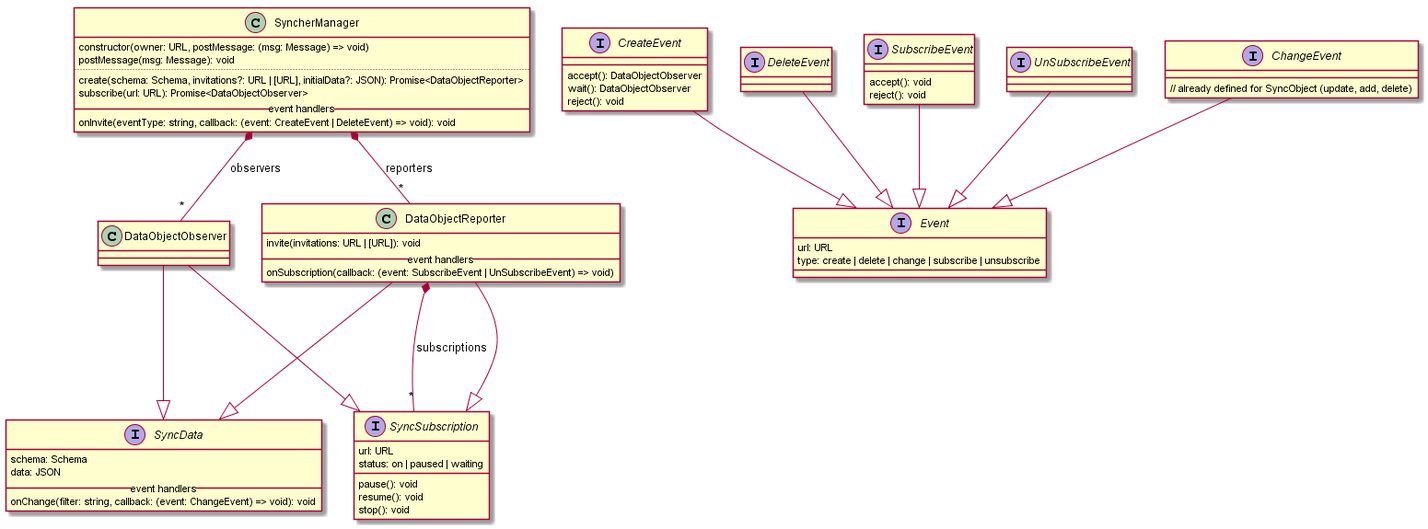
Earlier version of the PlantUML export docs/specs/service-framework/SyncherManager.png (reTHINK-project/core-framework). Its diagram source:
```plantuml
@startuml

interface SyncSubscription {
  url: URL
  status: on | paused | waiting
  pause(): void
  resume(): void
  stop(): void
}

interface SyncData {
  schema: Schema
  data: JSON
  __ event handlers __
  onChange(filter: string, callback: (event: ChangeEvent) => void): void
}

class SyncherManager {
  constructor(owner: URL, postMessage: (msg: Message) => void)
  postMessage(msg: Message): void
  ..
  create(schema: Schema, invitations?: URL | [URL], initialData?: JSON): Promise<DataObjectReporter>
  subscribe(url: URL): Promise<DataObjectObserver>
  __ event handlers __
  onInvite(eventType: string, callback: (event: CreateEvent | DeleteEvent) => void): void
}

class DataObjectReporter {
  invite(invitations: URL | [URL]): void
  __ event handlers __
  onSubscription(callback: (event: SubscribeEvent | UnSubscribeEvent) => void)
}

class DataObjectObserver {
}

interface Event {
  url: URL
  type: create | delete | change | subscribe | unsubscribe
}

interface CreateEvent {
  accept(): DataObjectObserver
  wait(): DataObjectObserver
  reject(): void
}

interface DeleteEvent {
}

interface SubscribeEvent {
  accept(): void
  reject(): void
}

interface UnSubscribeEvent {
}

interface ChangeEvent {
  // already defined for SyncObject (update, add, delete)
}

CreateEvent --|> Event
DeleteEvent --|> Event
ChangeEvent --|> Event
SubscribeEvent --|> Event
UnSubscribeEvent --|> Event

DataObjectObserver ---|> SyncData
DataObjectObserver ---|> SyncSubscription

DataObjectReporter ---|> SyncData
DataObjectReporter ---|> SyncSubscription
DataObjectReporter *--"*" SyncSubscription:subscriptions

SyncherManager *--"*" DataObjectReporter:reporters
SyncherManager *--"*" DataObjectObserver:observers

@enduml
```
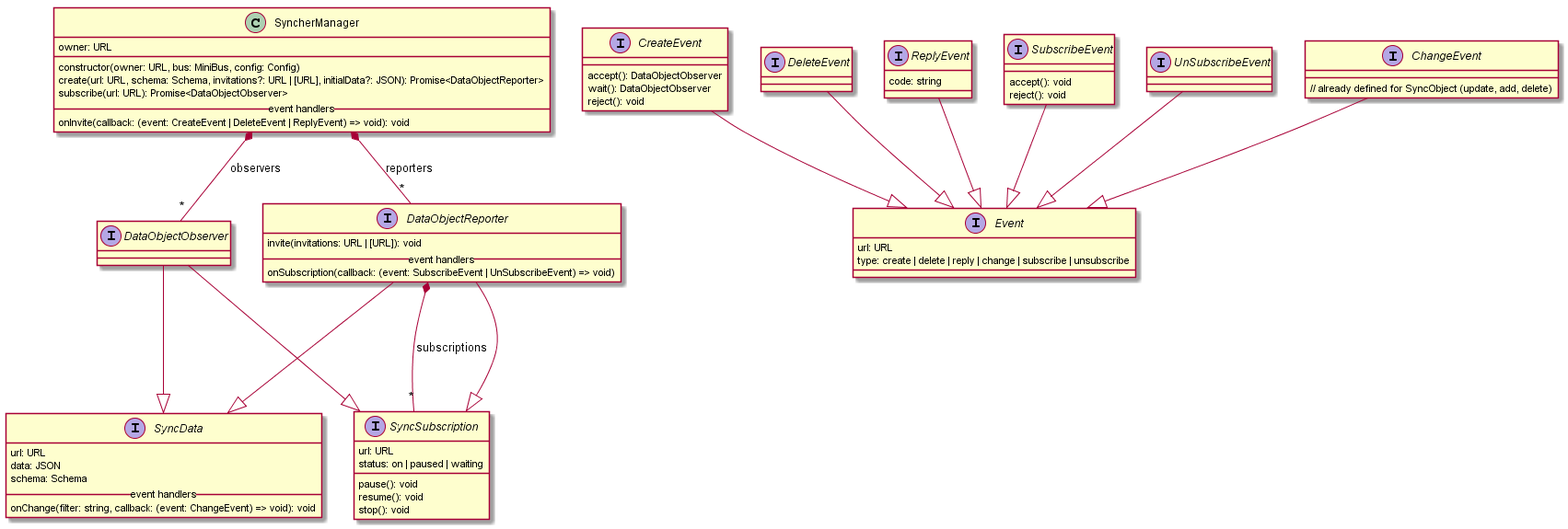
After the change.

Commit message:
Update image Syncher Manager

The edit, as a diff of the source:
```diff
@@ -9,34 +9,35 @@
 }
 
 interface SyncData {
+  url: URL
+  data: JSON
   schema: Schema
-  data: JSON
   __ event handlers __
   onChange(filter: string, callback: (event: ChangeEvent) => void): void
 }
 
 class SyncherManager {
-  constructor(owner: URL, postMessage: (msg: Message) => void)
-  postMessage(msg: Message): void
-  ..
-  create(schema: Schema, invitations?: URL | [URL], initialData?: JSON): Promise<DataObjectReporter>
+  owner: URL
+  __
+  constructor(owner: URL, bus: MiniBus, config: Config)
+  create(url: URL, schema: Schema, invitations?: URL | [URL], initialData?: JSON): Promise<DataObjectReporter>
   subscribe(url: URL): Promise<DataObjectObserver>
   __ event handlers __
-  onInvite(eventType: string, callback: (event: CreateEvent | DeleteEvent) => void): void
+  onInvite(callback: (event: CreateEvent | DeleteEvent | ReplyEvent) => void): void
 }
 
-class DataObjectReporter {
+interface DataObjectReporter {
   invite(invitations: URL | [URL]): void
   __ event handlers __
   onSubscription(callback: (event: SubscribeEvent | UnSubscribeEvent) => void)
 }
 
-class DataObjectObserver {
+interface DataObjectObserver {
 }
 
 interface Event {
   url: URL
-  type: create | delete | change | subscribe | unsubscribe
+  type: create | delete | reply | change | subscribe | unsubscribe
 }
 
 interface CreateEvent {
@@ -46,6 +47,10 @@
 }
 
 interface DeleteEvent {
+}
+
+interface ReplyEvent {
+  code: string
 }
 
 interface SubscribeEvent {
@@ -62,6 +67,7 @@
 
 CreateEvent --|> Event
 DeleteEvent --|> Event
+ReplyEvent --|> Event
 ChangeEvent --|> Event
 SubscribeEvent --|> Event
 UnSubscribeEvent --|> Event
```
